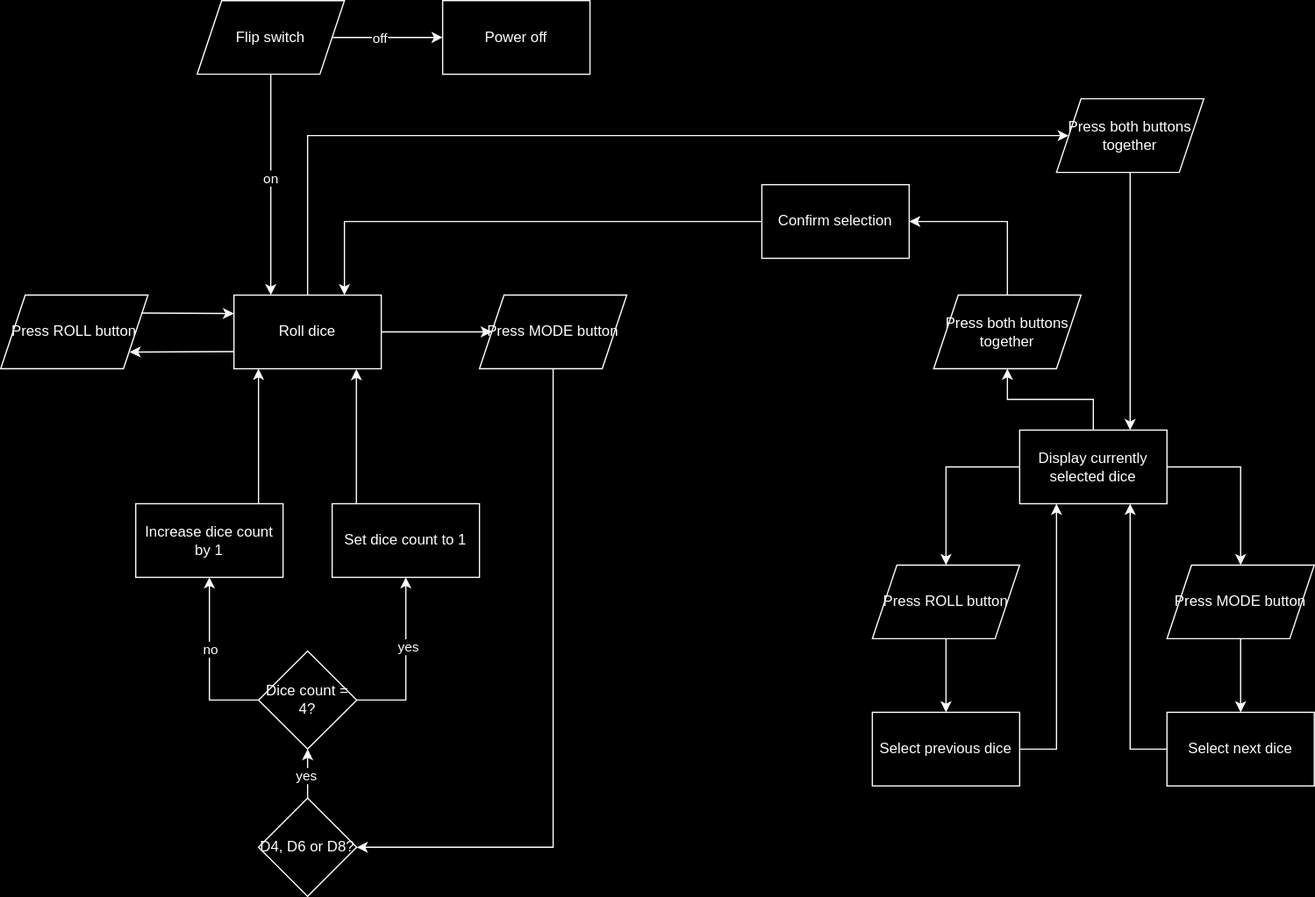
This is svg/flowchart.svg from nils-keller-dev/LEDice, a draw.io export, as it was before one commit. Source tidied: cells renumbered, new cells last; positions are measured from the earlier drawing's top-left corner, leaving out a move shared by most shapes.
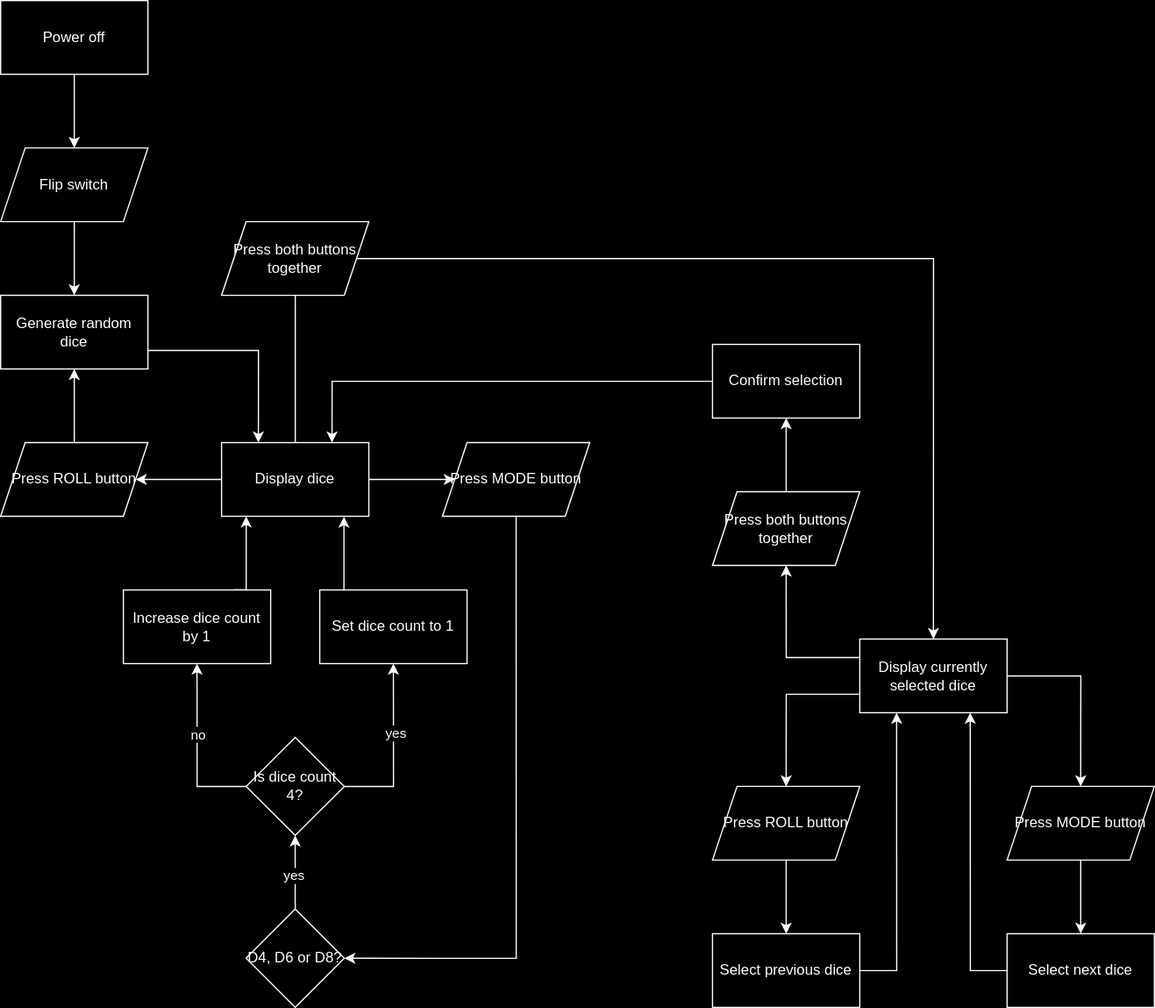
After the change.

The edit, as a diff of the source:
```diff
@@ -2,24 +2,11 @@
   <root>
     <mxCell id="0" />
     <mxCell id="1" parent="0" />
-    <mxCell id="2" style="edgeStyle=orthogonalEdgeStyle;rounded=0;jettySize=auto;html=1;entryX=0;entryY=0.5;entryDx=0;entryDy=0;" parent="1" edge="1" source="6" target="27">
-      <mxGeometry relative="1" as="geometry" />
-    </mxCell>
-    <mxCell id="3" value="off" style="edgeLabel;html=1;align=center;verticalAlign=middle;" parent="2" vertex="1">
-      <mxGeometry x="-0.15" y="3" relative="1" as="geometry">
-        <mxPoint y="3" as="offset" />
-      </mxGeometry>
-    </mxCell>
-    <mxCell id="4" style="edgeStyle=orthogonalEdgeStyle;rounded=0;jettySize=auto;html=1;entryX=0.25;entryY=0;entryDx=0;entryDy=0;" parent="1" edge="1" source="6" target="9">
-      <mxGeometry relative="1" as="geometry" />
-    </mxCell>
-    <mxCell id="5" value="on" style="edgeLabel;html=1;align=center;verticalAlign=middle;" parent="4" vertex="1">
-      <mxGeometry x="-0.05" y="-1" relative="1" as="geometry">
-        <mxPoint y="-1" as="offset" />
-      </mxGeometry>
-    </mxCell>
+    <mxCell id="46" style="edgeStyle=orthogonalEdgeStyle;rounded=0;jettySize=auto;html=1;entryX=0.5;entryY=0;entryDx=0;entryDy=0;" parent="1" edge="1" source="6" target="49">
+      <mxGeometry relative="1" as="geometry" />
+    </mxCell>
     <mxCell id="6" value="Flip switch" style="shape=parallelogram;perimeter=parallelogramPerimeter;whiteSpace=wrap;html=1;fixedSize=1;" parent="1" vertex="1">
-      <mxGeometry x="160" width="120" height="60" as="geometry" />
+      <mxGeometry x="10" width="120" height="60" as="geometry" />
     </mxCell>
     <mxCell id="7" style="edgeStyle=orthogonalEdgeStyle;rounded=0;jettySize=auto;html=1;entryX=0;entryY=0.5;entryDx=0;entryDy=0;" parent="1" edge="1" source="9" target="12">
       <mxGeometry relative="1" as="geometry" />
@@ -27,25 +14,25 @@
     <mxCell id="8" style="edgeStyle=orthogonalEdgeStyle;rounded=0;jettySize=auto;html=1;entryX=0;entryY=0.5;entryDx=0;entryDy=0;" parent="1" edge="1" source="9" target="29">
       <mxGeometry relative="1" as="geometry">
         <Array as="points">
-          <mxPoint x="250" y="110" />
+          <mxPoint x="250" y="90" />
         </Array>
       </mxGeometry>
     </mxCell>
-    <mxCell id="9" value="Roll dice" style="rounded=0;whiteSpace=wrap;html=1;" parent="1" vertex="1">
+    <mxCell id="9" value="Display dice" style="rounded=0;whiteSpace=wrap;html=1;" parent="1" vertex="1">
       <mxGeometry x="190" y="240" width="120" height="60" as="geometry" />
     </mxCell>
     <mxCell id="10" value="Press ROLL button" style="shape=parallelogram;perimeter=parallelogramPerimeter;whiteSpace=wrap;html=1;fixedSize=1;" parent="1" vertex="1">
-      <mxGeometry y="240" width="120" height="60" as="geometry" />
+      <mxGeometry x="10" y="240" width="120" height="60" as="geometry" />
     </mxCell>
-    <mxCell id="11" style="edgeStyle=orthogonalEdgeStyle;rounded=0;jettySize=auto;html=1;entryX=1;entryY=0.5;entryDx=0;entryDy=0;" parent="1" edge="1" source="12" target="15">
+    <mxCell id="11" style="edgeStyle=orthogonalEdgeStyle;rounded=0;jettySize=auto;html=1;entryX=1;entryY=0.5;entryDx=0;entryDy=0;exitX=0.5;exitY=1;exitDx=0;exitDy=0;" parent="1" edge="1" source="12" target="15">
       <mxGeometry relative="1" as="geometry">
         <Array as="points">
-          <mxPoint x="450" y="690" />
+          <mxPoint x="430" y="660" />
         </Array>
       </mxGeometry>
     </mxCell>
     <mxCell id="12" value="Press MODE button" style="shape=parallelogram;perimeter=parallelogramPerimeter;whiteSpace=wrap;html=1;fixedSize=1;" parent="1" vertex="1">
-      <mxGeometry x="390" y="240" width="120" height="60" as="geometry" />
+      <mxGeometry x="370" y="240" width="120" height="60" as="geometry" />
     </mxCell>
     <mxCell id="13" style="edgeStyle=orthogonalEdgeStyle;rounded=0;jettySize=auto;html=1;entryX=0.5;entryY=1;entryDx=0;entryDy=0;" parent="1" edge="1" source="15" target="20">
       <mxGeometry relative="1" as="geometry" />
@@ -54,12 +41,12 @@
       <mxGeometry x="-0.05" y="2" relative="1" as="geometry" />
     </mxCell>
     <mxCell id="15" value="D4, D6 or D8?" style="rhombus;whiteSpace=wrap;html=1;" parent="1" vertex="1">
-      <mxGeometry x="210" y="650" width="80" height="80" as="geometry" />
+      <mxGeometry x="210" y="620" width="80" height="80" as="geometry" />
     </mxCell>
     <mxCell id="16" style="edgeStyle=orthogonalEdgeStyle;rounded=0;jettySize=auto;html=1;entryX=0.5;entryY=1;entryDx=0;entryDy=0;" parent="1" edge="1" source="20" target="25">
       <mxGeometry relative="1" as="geometry">
         <Array as="points">
-          <mxPoint x="330" y="570" />
+          <mxPoint x="330" y="520" />
         </Array>
       </mxGeometry>
     </mxCell>
@@ -69,37 +56,36 @@
     <mxCell id="18" style="edgeStyle=orthogonalEdgeStyle;rounded=0;jettySize=auto;html=1;entryX=0.5;entryY=1;entryDx=0;entryDy=0;" parent="1" edge="1" source="20" target="22">
       <mxGeometry relative="1" as="geometry">
         <Array as="points">
-          <mxPoint x="170" y="570" />
+          <mxPoint x="170" y="520" />
         </Array>
       </mxGeometry>
     </mxCell>
     <mxCell id="19" value="no" style="edgeLabel;html=1;align=center;verticalAlign=middle;" parent="18" vertex="1">
       <mxGeometry x="0.17" relative="1" as="geometry" />
     </mxCell>
-    <mxCell id="20" value="Dice count = 4?" style="rhombus;whiteSpace=wrap;html=1;" parent="1" vertex="1">
-      <mxGeometry x="210" y="530" width="80" height="80" as="geometry" />
+    <mxCell id="20" value="&lt;p style=&quot;line-height: 120%;&quot;&gt;&lt;font style=&quot;font-size: 12px;&quot;&gt;Is dice count 4?&lt;/font&gt;&lt;/p&gt;" style="rhombus;whiteSpace=wrap;html=1;align=center;" parent="1" vertex="1">
+      <mxGeometry x="210" y="480" width="80" height="80" as="geometry" />
     </mxCell>
-    <mxCell id="21" style="edgeStyle=orthogonalEdgeStyle;rounded=0;jettySize=auto;html=1;" parent="1" edge="1" source="22" target="9">
+    <mxCell id="21" style="edgeStyle=orthogonalEdgeStyle;rounded=0;jettySize=auto;html=1;exitX=0.75;exitY=0;exitDx=0;exitDy=0;" parent="1" edge="1" source="22">
       <mxGeometry relative="1" as="geometry">
+        <mxPoint x="210" y="300" as="targetPoint" />
         <Array as="points">
           <mxPoint x="210" y="360" />
-          <mxPoint x="210" y="360" />
+          <mxPoint x="210" y="300" />
         </Array>
       </mxGeometry>
     </mxCell>
     <mxCell id="22" value="Increase dice count by 1" style="rounded=0;whiteSpace=wrap;html=1;" parent="1" vertex="1">
-      <mxGeometry x="110" y="410" width="120" height="60" as="geometry" />
+      <mxGeometry x="110" y="360" width="120" height="60" as="geometry" />
     </mxCell>
-    <mxCell id="23" style="endArrow=classic;html=1;rounded=0;entryX=0.875;entryY=0.773;entryDx=0;entryDy=0;entryPerimeter=0;" parent="1" edge="1" target="10">
-      <mxGeometry relative="1" as="geometry">
-        <mxPoint x="190" y="286" as="sourcePoint" />
-      </mxGeometry>
+    <mxCell id="23" style="endArrow=classic;html=1;rounded=0;entryX=1;entryY=0.5;entryDx=0;entryDy=0;exitX=0;exitY=0.5;exitDx=0;exitDy=0;" parent="1" edge="1" source="9" target="10">
+      <mxGeometry relative="1" as="geometry" />
     </mxCell>
-    <mxCell id="24" style="endArrow=classic;html=1;rounded=0;entryX=0;entryY=0.25;entryDx=0;entryDy=0;exitX=0.956;exitY=0.244;exitDx=0;exitDy=0;exitPerimeter=0;" parent="1" edge="1" source="10" target="9">
+    <mxCell id="24" style="endArrow=classic;html=1;rounded=0;entryX=0.5;entryY=1;entryDx=0;entryDy=0;exitX=0.5;exitY=0;exitDx=0;exitDy=0;" parent="1" edge="1" source="10" target="49">
       <mxGeometry relative="1" as="geometry" />
     </mxCell>
     <mxCell id="25" value="Set dice count to 1" style="rounded=0;whiteSpace=wrap;html=1;" parent="1" vertex="1">
-      <mxGeometry x="270" y="410" width="120" height="60" as="geometry" />
+      <mxGeometry x="270" y="360" width="120" height="60" as="geometry" />
     </mxCell>
     <mxCell id="26" style="edgeStyle=orthogonalEdgeStyle;rounded=0;jettySize=auto;html=1;entryX=0.831;entryY=1.005;entryDx=0;entryDy=0;entryPerimeter=0;" parent="1" edge="1" source="25" target="9">
       <mxGeometry relative="1" as="geometry">
@@ -110,81 +96,94 @@
       </mxGeometry>
     </mxCell>
     <mxCell id="27" value="Power off" style="rounded=0;whiteSpace=wrap;html=1;" parent="1" vertex="1">
-      <mxGeometry x="360" width="120" height="60" as="geometry" />
+      <mxGeometry x="10" y="-120" width="120" height="60" as="geometry" />
     </mxCell>
-    <mxCell id="28" style="edgeStyle=orthogonalEdgeStyle;rounded=0;jettySize=auto;html=1;entryX=0.75;entryY=0;entryDx=0;entryDy=0;" parent="1" edge="1" source="29" target="33">
-      <mxGeometry relative="1" as="geometry" />
+    <mxCell id="28" style="edgeStyle=orthogonalEdgeStyle;rounded=0;jettySize=auto;html=1;entryX=0.5;entryY=0;entryDx=0;entryDy=0;" parent="1" edge="1" source="29" target="33">
+      <mxGeometry relative="1" as="geometry">
+        <Array as="points">
+          <mxPoint x="770" y="90" />
+        </Array>
+      </mxGeometry>
     </mxCell>
     <mxCell id="29" value="Press both buttons together" style="shape=parallelogram;perimeter=parallelogramPerimeter;whiteSpace=wrap;html=1;fixedSize=1;" parent="1" vertex="1">
-      <mxGeometry x="860" y="80" width="120" height="60" as="geometry" />
+      <mxGeometry x="190" y="60" width="120" height="60" as="geometry" />
     </mxCell>
-    <mxCell id="30" style="edgeStyle=orthogonalEdgeStyle;rounded=0;jettySize=auto;html=1;entryX=0.5;entryY=0;entryDx=0;entryDy=0;" parent="1" edge="1" source="33" target="39">
+    <mxCell id="30" style="edgeStyle=orthogonalEdgeStyle;rounded=0;jettySize=auto;html=1;entryX=0.5;entryY=0;entryDx=0;entryDy=0;exitX=0;exitY=0.75;exitDx=0;exitDy=0;" parent="1" edge="1" source="33" target="39">
       <mxGeometry relative="1" as="geometry">
         <Array as="points">
-          <mxPoint x="770" y="380" />
+          <mxPoint x="650" y="445" />
         </Array>
       </mxGeometry>
     </mxCell>
     <mxCell id="31" style="edgeStyle=orthogonalEdgeStyle;rounded=0;jettySize=auto;html=1;entryX=0.5;entryY=0;entryDx=0;entryDy=0;" parent="1" edge="1" source="33" target="41">
       <mxGeometry relative="1" as="geometry">
         <Array as="points">
-          <mxPoint x="1010" y="380" />
+          <mxPoint x="890" y="430" />
         </Array>
       </mxGeometry>
     </mxCell>
-    <mxCell id="32" style="edgeStyle=orthogonalEdgeStyle;rounded=0;jettySize=auto;html=1;entryX=0.5;entryY=1;entryDx=0;entryDy=0;" parent="1" edge="1" source="33" target="35">
+    <mxCell id="32" style="edgeStyle=orthogonalEdgeStyle;rounded=0;jettySize=auto;html=1;entryX=0.5;entryY=1;entryDx=0;entryDy=0;exitX=0;exitY=0.25;exitDx=0;exitDy=0;" parent="1" edge="1" source="33" target="35">
       <mxGeometry relative="1" as="geometry" />
     </mxCell>
     <mxCell id="33" value="Display currently selected dice" style="rounded=0;whiteSpace=wrap;html=1;" parent="1" vertex="1">
-      <mxGeometry x="830" y="350" width="120" height="60" as="geometry" />
+      <mxGeometry x="710" y="400" width="120" height="60" as="geometry" />
     </mxCell>
-    <mxCell id="34" style="edgeStyle=orthogonalEdgeStyle;rounded=0;jettySize=auto;html=1;entryX=1;entryY=0.5;entryDx=0;entryDy=0;" parent="1" edge="1" source="35" target="37">
-      <mxGeometry relative="1" as="geometry">
-        <Array as="points">
-          <mxPoint x="820" y="180" />
-        </Array>
-      </mxGeometry>
+    <mxCell id="34" style="edgeStyle=orthogonalEdgeStyle;rounded=0;jettySize=auto;html=1;entryX=0.5;entryY=1;entryDx=0;entryDy=0;" parent="1" edge="1" source="35" target="37">
+      <mxGeometry relative="1" as="geometry" />
     </mxCell>
     <mxCell id="35" value="Press both buttons together" style="shape=parallelogram;perimeter=parallelogramPerimeter;whiteSpace=wrap;html=1;fixedSize=1;" parent="1" vertex="1">
-      <mxGeometry x="760" y="240" width="120" height="60" as="geometry" />
+      <mxGeometry x="590" y="280" width="120" height="60" as="geometry" />
     </mxCell>
     <mxCell id="36" style="edgeStyle=orthogonalEdgeStyle;rounded=0;jettySize=auto;html=1;entryX=0.75;entryY=0;entryDx=0;entryDy=0;" parent="1" edge="1" source="37" target="9">
       <mxGeometry relative="1" as="geometry" />
     </mxCell>
     <mxCell id="37" value="Confirm selection" style="rounded=0;whiteSpace=wrap;html=1;" parent="1" vertex="1">
-      <mxGeometry x="620" y="150" width="120" height="60" as="geometry" />
+      <mxGeometry x="590" y="160" width="120" height="60" as="geometry" />
     </mxCell>
     <mxCell id="38" style="edgeStyle=orthogonalEdgeStyle;rounded=0;jettySize=auto;html=1;entryX=0.5;entryY=0;entryDx=0;entryDy=0;" parent="1" edge="1" source="39" target="43">
       <mxGeometry relative="1" as="geometry" />
     </mxCell>
     <mxCell id="39" value="Press ROLL button" style="shape=parallelogram;perimeter=parallelogramPerimeter;whiteSpace=wrap;html=1;fixedSize=1;" parent="1" vertex="1">
-      <mxGeometry x="710" y="460" width="120" height="60" as="geometry" />
+      <mxGeometry x="590" y="520" width="120" height="60" as="geometry" />
     </mxCell>
     <mxCell id="40" style="edgeStyle=orthogonalEdgeStyle;rounded=0;jettySize=auto;html=1;entryX=0.5;entryY=0;entryDx=0;entryDy=0;" parent="1" edge="1" source="41" target="45">
       <mxGeometry relative="1" as="geometry" />
     </mxCell>
     <mxCell id="41" value="Press MODE button" style="shape=parallelogram;perimeter=parallelogramPerimeter;whiteSpace=wrap;html=1;fixedSize=1;" parent="1" vertex="1">
-      <mxGeometry x="950" y="460" width="120" height="60" as="geometry" />
+      <mxGeometry x="830" y="520" width="120" height="60" as="geometry" />
     </mxCell>
     <mxCell id="42" style="edgeStyle=orthogonalEdgeStyle;rounded=0;jettySize=auto;html=1;entryX=0.25;entryY=1;entryDx=0;entryDy=0;" parent="1" edge="1" source="43" target="33">
       <mxGeometry relative="1" as="geometry">
         <Array as="points">
-          <mxPoint x="860" y="610" />
+          <mxPoint x="740" y="670" />
         </Array>
       </mxGeometry>
     </mxCell>
     <mxCell id="43" value="Select previous dice" style="rounded=0;whiteSpace=wrap;html=1;" parent="1" vertex="1">
-      <mxGeometry x="710" y="580" width="120" height="60" as="geometry" />
+      <mxGeometry x="590" y="640" width="120" height="60" as="geometry" />
     </mxCell>
     <mxCell id="44" style="edgeStyle=orthogonalEdgeStyle;rounded=0;jettySize=auto;html=1;entryX=0.75;entryY=1;entryDx=0;entryDy=0;" parent="1" edge="1" source="45" target="33">
       <mxGeometry relative="1" as="geometry">
         <Array as="points">
-          <mxPoint x="920" y="610" />
+          <mxPoint x="800" y="670" />
         </Array>
       </mxGeometry>
     </mxCell>
     <mxCell id="45" value="Select next dice" style="rounded=0;whiteSpace=wrap;html=1;" parent="1" vertex="1">
-      <mxGeometry x="950" y="580" width="120" height="60" as="geometry" />
+      <mxGeometry x="830" y="640" width="120" height="60" as="geometry" />
     </mxCell>
+    <mxCell id="47" style="endArrow=classic;html=1;rounded=0;exitX=0.5;exitY=1;exitDx=0;exitDy=0;entryX=0.5;entryY=0;entryDx=0;entryDy=0;" parent="1" edge="1" source="27" target="6">
+      <mxGeometry relative="1" as="geometry" />
+    </mxCell>
+    <mxCell id="48" style="edgeStyle=orthogonalEdgeStyle;rounded=0;jettySize=auto;html=1;entryX=0.25;entryY=0;entryDx=0;entryDy=0;exitX=1;exitY=0.75;exitDx=0;exitDy=0;" parent="1" edge="1" source="49" target="9">
+      <mxGeometry relative="1" as="geometry">
+        <Array as="points">
+          <mxPoint x="220" y="165" />
+        </Array>
+      </mxGeometry>
+    </mxCell>
+    <mxCell id="49" value="Generate random dice" style="rounded=0;whiteSpace=wrap;html=1;" parent="1" vertex="1">
+      <mxGeometry x="10" y="120" width="120" height="60" as="geometry" />
+    </mxCell>
   </root>
 </mxGraphModel>
```
